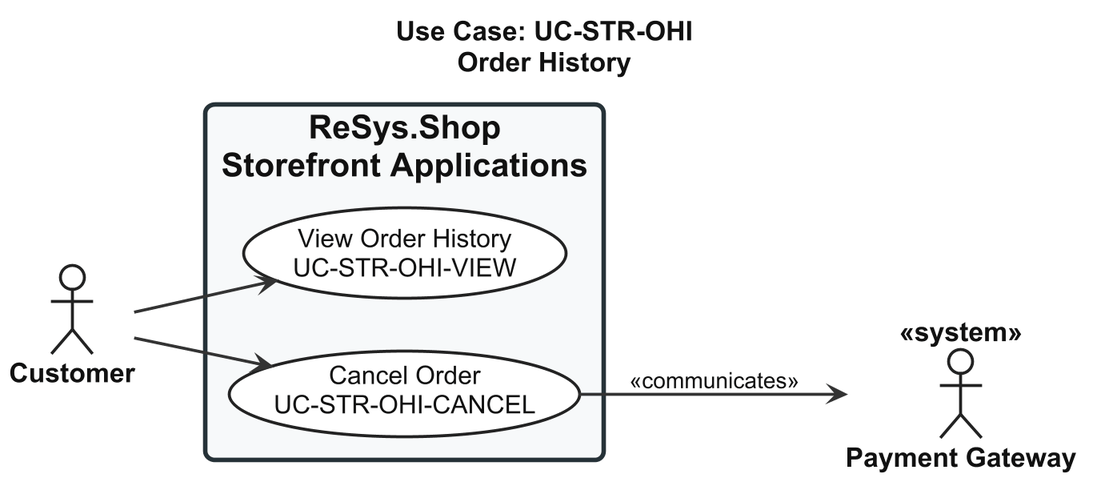
qingfa-dev/ReSys.Shop keeps this PlantUML diagram as thesis/figures/chapters/part2/ch2-design/02-use-cases/diagrams/P2S2.2.2_usecase-order-history.png. Above is the earlier version.
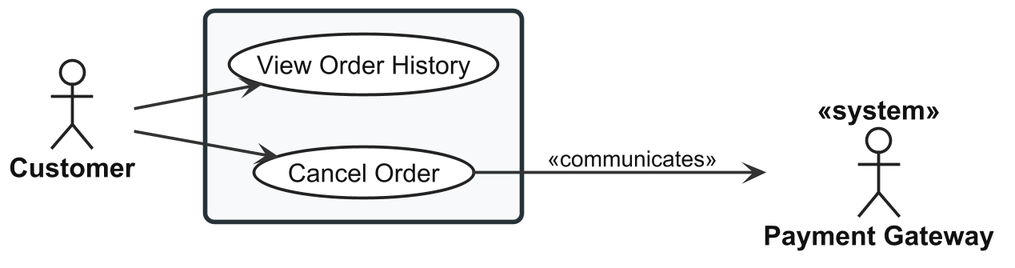
The same file after the commit.

Diff of the diagram source:
```diff
@@ -56,16 +56,15 @@
 
 </style>
 
-title Use Case: UC-STR-OHI\nOrder History
 
 actor "Customer" as Customer
 actor "Payment Gateway" as Gateway <<system>>
 
-rectangle "ReSys.Shop\nStorefront Applications" {
+rectangle {
 
-  usecase "View Order History\nUC-STR-OHI-VIEW" as UC_VIEW
+  usecase "View Order History" as UC_VIEW
 
-  usecase "Cancel Order\nUC-STR-OHI-CANCEL" as UC_CANCEL
+  usecase "Cancel Order" as UC_CANCEL
 
 }
 
```
